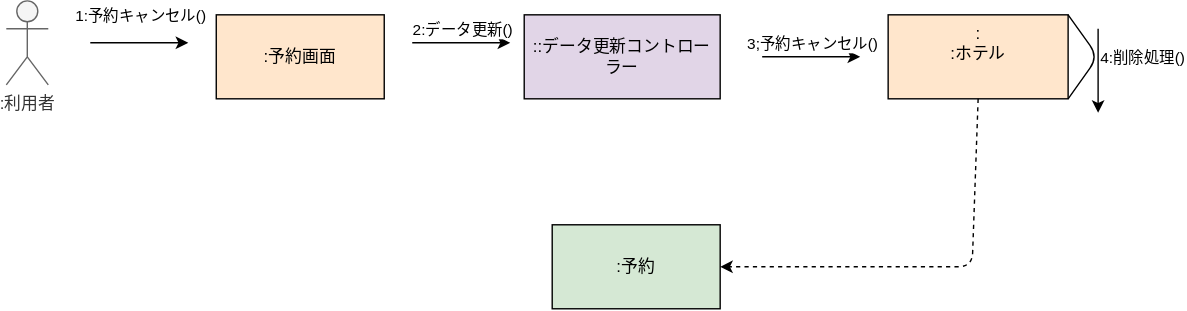
This is 演習５/演習５-2_CD_予約登録削除.drawio.svg from hatafukuryouya/UML_introduction, a draw.io export, as it was before one commit. Source tidied: cells renumbered, new cells last; positions are measured from the earlier drawing's top-left corner, leaving out a move shared by most shapes.
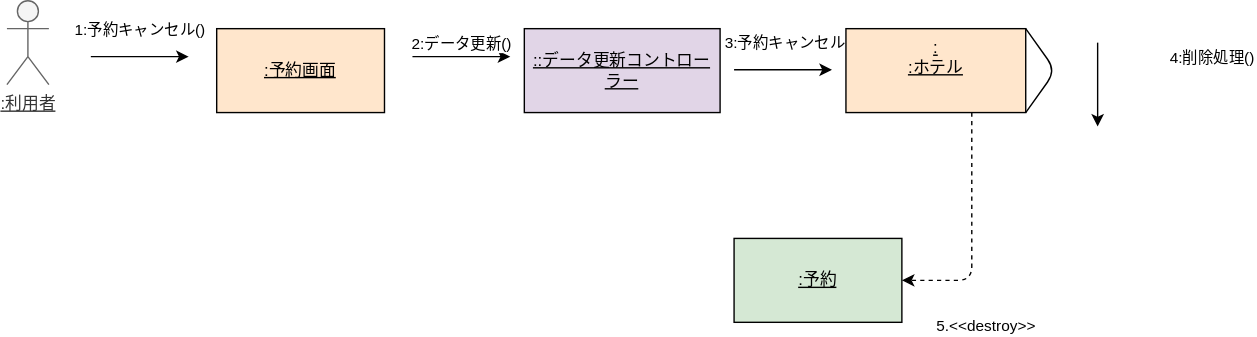
The same diagram one commit later.

Change to the diagram source:
```diff
@@ -2,8 +2,8 @@
   <root>
     <mxCell id="0" />
     <mxCell id="1" parent="0" />
-    <mxCell id="2" value=":利用者" style="shape=umlActor;verticalLabelPosition=bottom;verticalAlign=top;html=1;fillColor=#f5f5f5;fontColor=#333333;strokeColor=#666666;" parent="1" vertex="1">
-      <mxGeometry width="30" height="60" as="geometry" />
+    <mxCell id="2" value=":利用者" style="shape=umlActor;verticalLabelPosition=bottom;verticalAlign=top;html=1;fillColor=#f5f5f5;fontColor=#333333;strokeColor=#666666;fontStyle=4;" parent="1" vertex="1">
+      <mxGeometry y="-10" width="30" height="60" as="geometry" />
     </mxCell>
     <mxCell id="3" value="1:予約キャンセル()" style="endArrow=classic;html=1;verticalAlign=bottom;" parent="1" edge="1">
       <mxGeometry y="10" relative="1" as="geometry">
@@ -14,14 +14,14 @@
         </Array>
       </mxGeometry>
     </mxCell>
-    <mxCell id="4" value=":予約画面" style="whiteSpace=wrap;html=1;verticalAlign=middle;fillColor=#ffe6cc;strokeColor=#000000;gradientColor=none;gradientDirection=radial;" parent="1" vertex="1">
+    <mxCell id="4" value=":予約画面" style="whiteSpace=wrap;html=1;verticalAlign=middle;fillColor=#ffe6cc;strokeColor=#000000;gradientColor=none;gradientDirection=radial;fontStyle=4;" parent="1" vertex="1">
       <mxGeometry x="150" y="10" width="120" height="60" as="geometry" />
     </mxCell>
-    <mxCell id="5" value="::データ更新コントローラー" style="whiteSpace=wrap;html=1;verticalAlign=middle;fillColor=#e1d5e7;strokeColor=#000000;" parent="1" vertex="1">
+    <mxCell id="5" value="::データ更新コントローラー" style="whiteSpace=wrap;html=1;verticalAlign=middle;fillColor=#e1d5e7;strokeColor=#000000;fontStyle=4;" parent="1" vertex="1">
       <mxGeometry x="370" y="10" width="140" height="60" as="geometry" />
     </mxCell>
-    <mxCell id="6" value=":予約" style="whiteSpace=wrap;html=1;verticalAlign=middle;fillColor=#d5e8d4;strokeColor=#000000;" parent="1" vertex="1">
-      <mxGeometry x="390" y="160" width="120" height="60" as="geometry" />
+    <mxCell id="6" value=":予約" style="whiteSpace=wrap;html=1;verticalAlign=middle;fillColor=#d5e8d4;strokeColor=#000000;fontStyle=4;" parent="1" vertex="1">
+      <mxGeometry x="520" y="160" width="120" height="60" as="geometry" />
     </mxCell>
     <mxCell id="7" value="2:データ更新()" style="endArrow=classic;html=1;verticalAlign=bottom;" parent="1" edge="1">
       <mxGeometry relative="1" as="geometry">
@@ -29,14 +29,14 @@
         <mxPoint x="360" y="30" as="targetPoint" />
       </mxGeometry>
     </mxCell>
-    <mxCell id="8" value="3;予約キャンセル()" style="endArrow=classic;html=1;verticalAlign=bottom;" parent="1" edge="1">
-      <mxGeometry relative="1" as="geometry">
-        <mxPoint x="540" y="40" as="sourcePoint" />
-        <mxPoint x="610" y="40" as="targetPoint" />
+    <mxCell id="8" value="3:予約キャンセル()" style="endArrow=classic;html=1;verticalAlign=bottom;" parent="1" edge="1">
+      <mxGeometry x="0.14" y="10" relative="1" as="geometry">
+        <mxPoint x="520" y="39.4" as="sourcePoint" />
+        <mxPoint x="590" y="39.4" as="targetPoint" />
       </mxGeometry>
     </mxCell>
     <mxCell id="9" value="4:削除処理()" style="endArrow=classic;html=1;verticalAlign=bottom;horizontal=1;textDirection=ltr;labelPosition=right;verticalLabelPosition=middle;align=left;" parent="1" edge="1">
-      <mxGeometry relative="1" as="geometry">
+      <mxGeometry x="-0.33" y="50" relative="1" as="geometry">
         <mxPoint x="780" y="20" as="sourcePoint" />
         <mxPoint x="780" y="80" as="targetPoint" />
         <Array as="points">
@@ -44,10 +44,10 @@
         </Array>
       </mxGeometry>
     </mxCell>
-    <mxCell id="10" style="group;fontColor=#000000;verticalAlign=middle;" parent="1" vertex="1">
-      <mxGeometry x="630" y="10" width="150" height="60" as="geometry" />
+    <mxCell id="10" style="group;fontColor=#000000;verticalAlign=middle;fontStyle=4;" parent="1" vertex="1">
+      <mxGeometry x="600" y="10" width="150" height="60" as="geometry" />
     </mxCell>
-    <mxCell id="11" value=":&lt;br&gt;:ホテル" style="whiteSpace=wrap;html=1;verticalAlign=top;fillColor=#ffe6cc;strokeColor=#000000;align=center;" parent="10" vertex="1">
+    <mxCell id="11" value=":&lt;br&gt;:ホテル" style="whiteSpace=wrap;html=1;verticalAlign=top;fillColor=#ffe6cc;strokeColor=#000000;align=center;fontStyle=4;" parent="10" vertex="1">
       <mxGeometry width="128.6" height="60" as="geometry" />
     </mxCell>
     <mxCell id="12" style="endArrow=none;html=1;exitX=1;exitY=1;exitDx=0;exitDy=0;entryX=1;entryY=0;entryDx=0;entryDy=0;" parent="10" edge="1" source="11" target="11">
@@ -57,11 +57,13 @@
         </Array>
       </mxGeometry>
     </mxCell>
-    <mxCell id="13" value="5.&amp;lt;&amp;lt;destroy&amp;gt;&amp;gt;" style="endArrow=classic;html=1;fontColor=#FFFFFF;dashed=1;exitX=0.5;exitY=1;exitDx=0;exitDy=0;entryX=1;entryY=0.5;entryDx=0;entryDy=0;verticalAlign=top;" parent="1" edge="1" source="11" target="6">
-      <mxGeometry y="10" relative="1" as="geometry">
+    <mxCell id="13" value="&lt;font color=&quot;#000000&quot;&gt;5.&amp;lt;&amp;lt;destroy&amp;gt;&amp;gt;&lt;/font&gt;" style="endArrow=classic;html=1;fontColor=#FFFFFF;dashed=1;verticalAlign=top;" parent="1" edge="1" target="6">
+      <mxGeometry x="0.41" y="22" relative="1" as="geometry">
+        <mxPoint x="690" y="70" as="sourcePoint" />
         <Array as="points">
           <mxPoint x="690" y="190" />
         </Array>
+        <mxPoint x="10" y="-2" as="offset" />
       </mxGeometry>
     </mxCell>
   </root>
```
